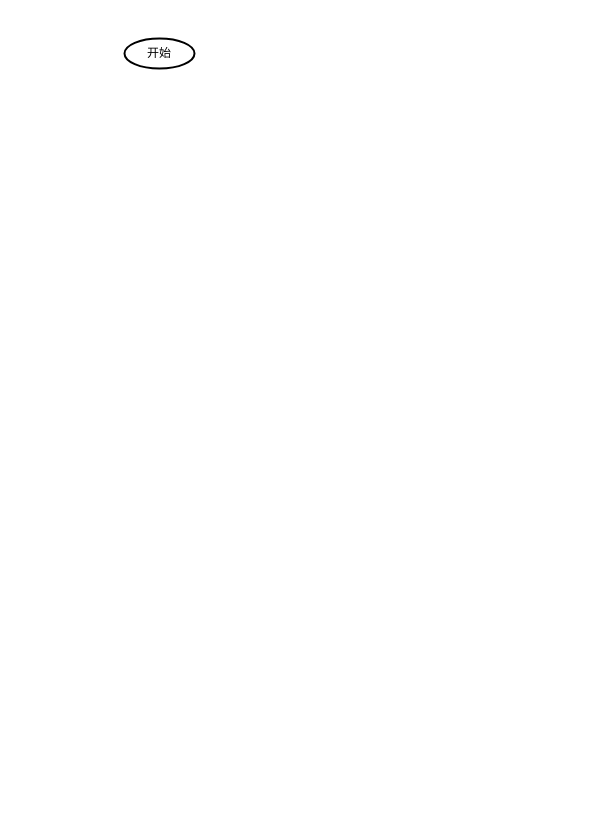
xbluckly/test keeps this draw.io diagram as bondAmount到期兑付.drawio. Above is the earlier version. Source tidied: cells renumbered, new cells numbered last; positions are measured from the earlier drawing's top-left corner, leaving out a move shared by most shapes. Both pictures are drawn from the tidied source at 100%, with x=0, y=0 at pixel (124, 38).
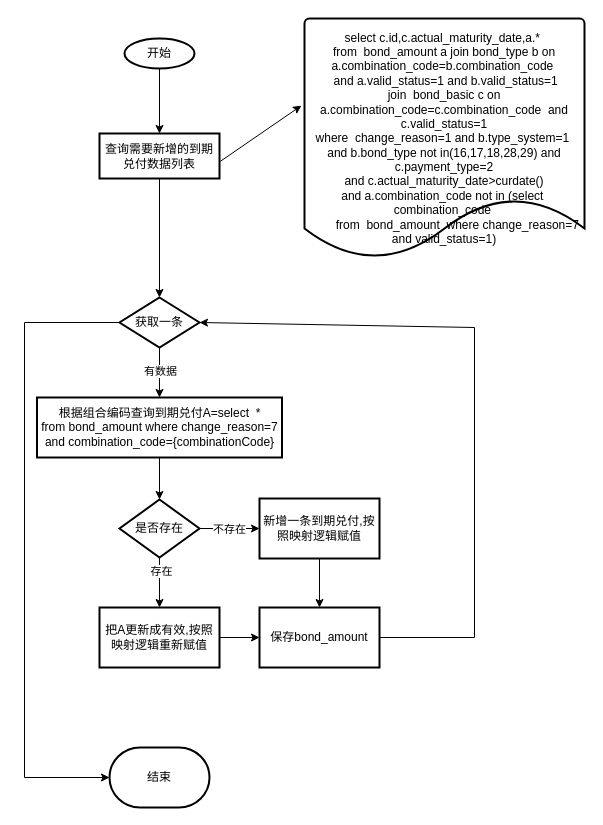
Above is the later version.

Commit message:
更新bondAmount到期兑付.drawio

Unchanged cells that the change refers to:
```xml
<mxCell id="2" value="开始" style="strokeWidth=2;html=1;shape=mxgraph.flowchart.start_1;whiteSpace=wrap;" parent="1" vertex="1">
  <mxGeometry width="70" height="30" as="geometry" />
</mxCell>
```

What changed in the source:
```diff
@@
+    <mxCell id="3" style="edgeStyle=orthogonalEdgeStyle;rounded=0;jettySize=auto;html=1;" parent="1" edge="1" source="2" target="5">
+      <mxGeometry relative="1" as="geometry" />
+    </mxCell>
@@
+    <mxCell id="4" style="edgeStyle=orthogonalEdgeStyle;rounded=0;jettySize=auto;html=1;" parent="1" edge="1" source="5" target="11">
+      <mxGeometry relative="1" as="geometry" />
+    </mxCell>
+    <mxCell id="5" value="查询需要新增的到期兑付数据列表" style="whiteSpace=wrap;html=1;strokeWidth=2;" parent="1" vertex="1">
+      <mxGeometry x="-25" y="95" width="120" height="45" as="geometry" />
+    </mxCell>
+    <mxCell id="6" value="&lt;div&gt;select c.id,c.actual_maturity_date,a.*&amp;nbsp;&lt;/div&gt;&lt;div&gt;from&amp;nbsp; bond_amount a join bond_type b on a.combination_code=b.combination_code&amp;nbsp;&lt;/div&gt;&lt;div&gt;&amp;nbsp;and a.valid_status=1 and b.valid_status=1&lt;/div&gt;&lt;div&gt;join&amp;nbsp; bond_basic c on a.combination_code=c.combination_code&amp;nbsp; and c.valid_status=1&lt;/div&gt;&lt;div&gt;where&amp;nbsp; change_reason=1 and b.type_system=1&amp;nbsp;&lt;/div&gt;&lt;div&gt;and b.bond_type not in(16,17,18,28,29) and c.payment_type=2&lt;/div&gt;&lt;div&gt;and c.actual_maturity_date&amp;gt;curdate()&lt;/div&gt;&lt;div&gt;and a.combination_code not in (select&amp;nbsp; combination_code&amp;nbsp;&lt;/div&gt;&lt;div&gt;&lt;span style=&quot;white-space: normal;&quot;&gt;&lt;span style=&quot;white-space:pre&quot;&gt;&#9;&lt;/span&gt;from&amp;nbsp; bond_amount&amp;nbsp; where change_reason=7 and valid_status=1)&lt;/span&gt;&lt;/div&gt;" style="strokeWidth=2;html=1;shape=mxgraph.flowchart.document2;whiteSpace=wrap;size=0.25;" parent="1" vertex="1">
+      <mxGeometry x="180" y="-20" width="280" height="240" as="geometry" />
+    </mxCell>
+    <mxCell id="7" style="endArrow=classic;html=1;rounded=0;exitX=1.008;exitY=0.617;exitDx=0;exitDy=0;exitPerimeter=0;entryX=-0.011;entryY=0.363;entryDx=0;entryDy=0;entryPerimeter=0;" parent="1" edge="1" source="5" target="6">
+      <mxGeometry relative="1" as="geometry" />
+    </mxCell>
+    <mxCell id="8" style="edgeStyle=orthogonalEdgeStyle;rounded=0;jettySize=auto;html=1;" parent="1" edge="1" source="11" target="13">
+      <mxGeometry relative="1" as="geometry" />
+    </mxCell>
+    <mxCell id="9" value="有数据" style="edgeLabel;html=1;align=center;verticalAlign=middle;" parent="8" vertex="1">
+      <mxGeometry x="-0.09" relative="1" as="geometry" />
+    </mxCell>
+    <mxCell id="10" style="edgeStyle=orthogonalEdgeStyle;rounded=0;jettySize=auto;html=1;entryX=0;entryY=0.5;entryDx=0;entryDy=0;entryPerimeter=0;exitX=0;exitY=0.5;exitDx=0;exitDy=0;" parent="1" edge="1" source="11" target="25">
+      <mxGeometry relative="1" as="geometry">
+        <Array as="points">
+          <mxPoint x="-100" y="284" />
+          <mxPoint x="-100" y="739" />
+        </Array>
+      </mxGeometry>
+    </mxCell>
+    <mxCell id="11" value="获取一条" style="rhombus;whiteSpace=wrap;html=1;strokeWidth=2;" parent="1" vertex="1">
+      <mxGeometry x="-5" y="259" width="80" height="50" as="geometry" />
+    </mxCell>
+    <mxCell id="12" style="edgeStyle=orthogonalEdgeStyle;rounded=0;jettySize=auto;html=1;" parent="1" edge="1" source="13" target="18">
+      <mxGeometry relative="1" as="geometry" />
+    </mxCell>
+    <mxCell id="13" value="&lt;div&gt;根据组合编码查询到期兑付A=select&amp;nbsp; *&lt;/div&gt;&lt;div&gt;from bond_amount where change_reason=7&lt;/div&gt;&lt;div&gt;and combination_code={combinationCode}&lt;/div&gt;" style="whiteSpace=wrap;html=1;strokeWidth=2;" parent="1" vertex="1">
+      <mxGeometry x="-87.5" y="359" width="245" height="60" as="geometry" />
+    </mxCell>
+    <mxCell id="14" style="edgeStyle=orthogonalEdgeStyle;rounded=0;jettySize=auto;html=1;" parent="1" edge="1" source="18" target="20">
+      <mxGeometry relative="1" as="geometry" />
+    </mxCell>
+    <mxCell id="15" value="存在" style="edgeLabel;html=1;align=center;verticalAlign=middle;" parent="14" vertex="1">
+      <mxGeometry x="-0.48" y="1" relative="1" as="geometry" />
+    </mxCell>
+    <mxCell id="16" style="edgeStyle=orthogonalEdgeStyle;rounded=0;jettySize=auto;html=1;" parent="1" edge="1" source="18" target="22">
+      <mxGeometry relative="1" as="geometry" />
+    </mxCell>
+    <mxCell id="17" value="不存在" style="edgeLabel;html=1;align=center;verticalAlign=middle;" parent="16" vertex="1">
+      <mxGeometry x="-0.03" relative="1" as="geometry" />
+    </mxCell>
+    <mxCell id="18" value="是否存在" style="rhombus;whiteSpace=wrap;html=1;strokeWidth=2;" parent="1" vertex="1">
+      <mxGeometry x="-5" y="461" width="80" height="58" as="geometry" />
+    </mxCell>
+    <mxCell id="19" style="edgeStyle=orthogonalEdgeStyle;rounded=0;jettySize=auto;html=1;" parent="1" edge="1" source="20" target="23">
+      <mxGeometry relative="1" as="geometry" />
+    </mxCell>
+    <mxCell id="20" value="把A更新成有效,按照映射逻辑重新赋值" style="whiteSpace=wrap;html=1;strokeWidth=2;" parent="1" vertex="1">
+      <mxGeometry x="-25" y="569" width="120" height="60" as="geometry" />
+    </mxCell>
+    <mxCell id="21" style="edgeStyle=orthogonalEdgeStyle;rounded=0;jettySize=auto;html=1;" parent="1" edge="1" source="22" target="23">
+      <mxGeometry relative="1" as="geometry" />
+    </mxCell>
+    <mxCell id="22" value="新增一条到期兑付,按照映射逻辑赋值" style="whiteSpace=wrap;html=1;strokeWidth=2;" parent="1" vertex="1">
+      <mxGeometry x="135" y="460" width="120" height="60" as="geometry" />
+    </mxCell>
+    <mxCell id="23" value="保存bond_amount" style="whiteSpace=wrap;html=1;strokeWidth=2;" parent="1" vertex="1">
+      <mxGeometry x="135" y="569" width="120" height="60" as="geometry" />
+    </mxCell>
+    <mxCell id="24" style="endArrow=classic;html=1;rounded=0;entryX=1;entryY=0.5;entryDx=0;entryDy=0;" parent="1" edge="1" target="11">
+      <mxGeometry relative="1" as="geometry">
+        <mxPoint x="255" y="599" as="sourcePoint" />
+        <Array as="points">
+          <mxPoint x="350" y="599" />
+          <mxPoint x="350" y="289" />
+        </Array>
+      </mxGeometry>
+    </mxCell>
+    <mxCell id="25" value="结束" style="strokeWidth=2;html=1;shape=mxgraph.flowchart.terminator;whiteSpace=wrap;" parent="1" vertex="1">
+      <mxGeometry x="-15" y="709" width="100" height="60" as="geometry" />
+    </mxCell>
```
